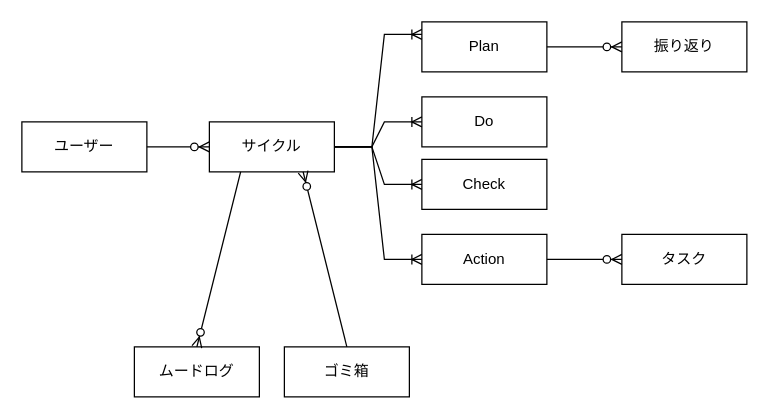
This is page "ER図(概念図)" (2 of 3) of ER.drawio from katkatprog/drowio, a draw.io file, before an edit. Source tidied: cells renumbered, new cells numbered last; positions are measured from the earlier drawing's top-left corner, leaving out a move shared by most shapes. Both pictures are drawn from the tidied source at 125%, with x=0, y=0 at pixel (21, 21).
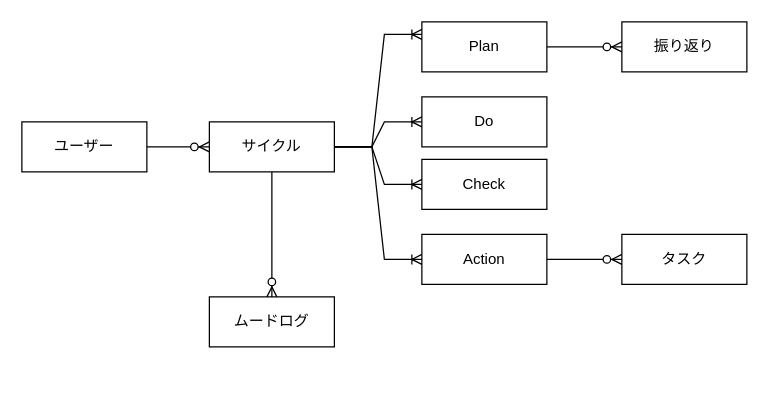
After the change.

Commit message:
ゴミ箱のテーブルは不要と気づいたため、削除した。

The change refers to these unchanged cells:
```xml
<mxCell id="3" value="サイクル" style="whiteSpace=wrap;html=1;align=center;" parent="1" vertex="1">
  <mxGeometry x="150" y="80" width="100" height="40" as="geometry" />
</mxCell>
```

What changed in the source:
```diff
@@
-    <mxCell id="4" value="ゴミ箱" style="whiteSpace=wrap;html=1;align=center;" parent="1" vertex="1">
-      <mxGeometry x="210" y="260" width="100" height="40" as="geometry" />
-    </mxCell>
     <mxCell id="5" value="ムードログ" style="whiteSpace=wrap;html=1;align=center;" parent="1" vertex="1">
-      <mxGeometry x="90" y="260" width="100" height="40" as="geometry" />
+      <mxGeometry x="150" y="220" width="100" height="40" as="geometry" />
     </mxCell>
@@
-    <mxCell id="19" style="fontSize=12;html=1;endArrow=ERzeroToMany;endFill=1;rounded=0;exitX=0.5;exitY=0;exitDx=0;exitDy=0;entryX=0.75;entryY=1;entryDx=0;entryDy=0;" parent="1" edge="1" source="4" target="3">
-      <mxGeometry relative="1" as="geometry" />
-    </mxCell>
-    <mxCell id="20" style="fontSize=12;html=1;endArrow=ERzeroToMany;endFill=1;rounded=0;exitX=0.25;exitY=1;exitDx=0;exitDy=0;entryX=0.5;entryY=0;entryDx=0;entryDy=0;" parent="1" edge="1" source="3" target="5">
+    <mxCell id="20" style="fontSize=12;html=1;endArrow=ERzeroToMany;endFill=1;rounded=0;exitX=0.5;exitY=1;exitDx=0;exitDy=0;entryX=0.5;entryY=0;entryDx=0;entryDy=0;" parent="1" edge="1" source="3" target="5">
       <mxGeometry relative="1" as="geometry" />
     </mxCell>
```
